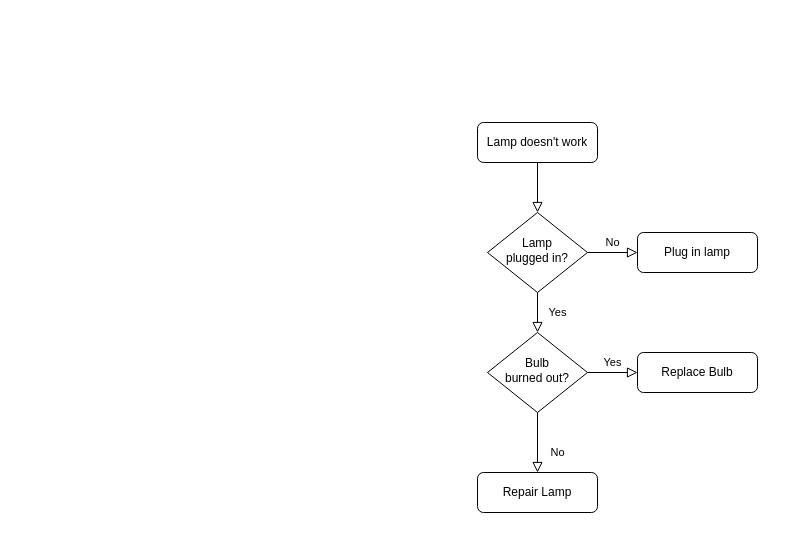
Earlier version of the draw.io diagram Ace decision.drawio (justinchwoo/blkjckbot). Source tidied: cells renumbered, new cells numbered last; positions are measured from the earlier drawing's top-left corner, leaving out a move shared by most shapes. Both pictures are drawn from the tidied source at 100%, with x=0, y=0 at pixel (477, 122).
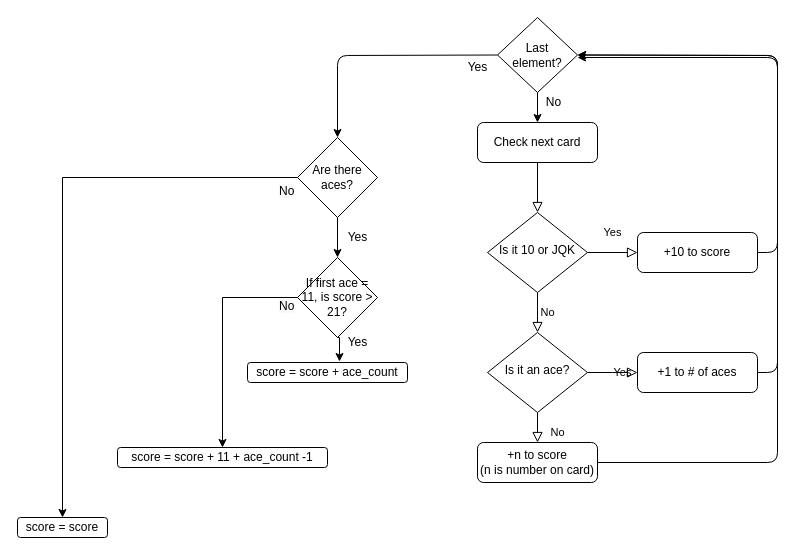
Above is the later version.

Change to the diagram source:
```diff
@@
-    <mxCell id="3" value="Lamp doesn't work" style="rounded=1;whiteSpace=wrap;html=1;fontSize=12;glass=0;strokeWidth=1;shadow=0;" parent="1" vertex="1">
+    <mxCell id="3" value="Check next card" style="rounded=1;whiteSpace=wrap;html=1;fontSize=12;glass=0;strokeWidth=1;shadow=0;" parent="1" vertex="1">
       <mxGeometry width="120" height="40" as="geometry" />
     </mxCell>
-    <mxCell id="4" value="Yes" style="rounded=0;html=1;jettySize=auto;fontSize=11;endArrow=block;endFill=0;endSize=8;strokeWidth=1;shadow=0;labelBackgroundColor=none;edgeStyle=orthogonalEdgeStyle;" parent="1" edge="1" source="6" target="10">
+    <mxCell id="4" value="Yes" style="rounded=0;html=1;jettySize=auto;fontSize=11;endArrow=block;endFill=0;endSize=8;strokeWidth=1;shadow=0;labelBackgroundColor=none;edgeStyle=orthogonalEdgeStyle;entryX=0;entryY=0.5;entryDx=0;entryDy=0;exitX=1;exitY=0.5;exitDx=0;exitDy=0;" parent="1" edge="1" source="6" target="7">
       <mxGeometry y="20" relative="1" as="geometry" />
     </mxCell>
-    <mxCell id="5" value="No" style="edgeStyle=orthogonalEdgeStyle;rounded=0;html=1;jettySize=auto;fontSize=11;endArrow=block;endFill=0;endSize=8;strokeWidth=1;shadow=0;labelBackgroundColor=none;" parent="1" edge="1" source="6" target="7">
+    <mxCell id="5" value="No" style="edgeStyle=orthogonalEdgeStyle;rounded=0;html=1;jettySize=auto;fontSize=11;endArrow=block;endFill=0;endSize=8;strokeWidth=1;shadow=0;labelBackgroundColor=none;exitX=0.5;exitY=1;exitDx=0;exitDy=0;entryX=0.5;entryY=0;entryDx=0;entryDy=0;" parent="1" edge="1" source="6" target="10">
       <mxGeometry y="10" relative="1" as="geometry" />
     </mxCell>
-    <mxCell id="6" value="Lamp&lt;br&gt;plugged in?" style="rhombus;whiteSpace=wrap;html=1;shadow=0;fontFamily=Helvetica;fontSize=12;align=center;strokeWidth=1;spacing=6;spacingTop=-4;" parent="1" vertex="1">
+    <mxCell id="6" value="Is it 10 or JQK" style="rhombus;whiteSpace=wrap;html=1;shadow=0;fontFamily=Helvetica;fontSize=12;align=center;strokeWidth=1;spacing=6;spacingTop=-4;" parent="1" vertex="1">
       <mxGeometry x="10" y="90" width="100" height="80" as="geometry" />
     </mxCell>
-    <mxCell id="7" value="Plug in lamp" style="rounded=1;whiteSpace=wrap;html=1;fontSize=12;glass=0;strokeWidth=1;shadow=0;" parent="1" vertex="1">
+    <mxCell id="7" value="+10 to score" style="rounded=1;whiteSpace=wrap;html=1;fontSize=12;glass=0;strokeWidth=1;shadow=0;" parent="1" vertex="1">
       <mxGeometry x="160" y="110" width="120" height="40" as="geometry" />
     </mxCell>
-    <mxCell id="8" value="No" style="rounded=0;html=1;jettySize=auto;fontSize=11;endArrow=block;endFill=0;endSize=8;strokeWidth=1;shadow=0;labelBackgroundColor=none;edgeStyle=orthogonalEdgeStyle;" parent="1" edge="1" source="10" target="11">
-      <mxGeometry x="0.33" y="20" relative="1" as="geometry" />
+    <mxCell id="8" value="No" style="rounded=0;html=1;jettySize=auto;fontSize=11;endArrow=block;endFill=0;endSize=8;strokeWidth=1;shadow=0;labelBackgroundColor=none;edgeStyle=orthogonalEdgeStyle;exitX=0.5;exitY=1;exitDx=0;exitDy=0;" parent="1" edge="1" source="10">
+      <mxGeometry x="0.33" y="20" relative="1" as="geometry">
+        <mxPoint x="60" y="320" as="targetPoint" />
+      </mxGeometry>
     </mxCell>
-    <mxCell id="9" value="Yes" style="edgeStyle=orthogonalEdgeStyle;rounded=0;html=1;jettySize=auto;fontSize=11;endArrow=block;endFill=0;endSize=8;strokeWidth=1;shadow=0;labelBackgroundColor=none;" parent="1" edge="1" source="10" target="12">
-      <mxGeometry y="10" relative="1" as="geometry" />
+    <mxCell id="9" value="Yes" style="edgeStyle=orthogonalEdgeStyle;rounded=0;html=1;jettySize=auto;fontSize=11;endArrow=block;endFill=0;endSize=8;strokeWidth=1;shadow=0;labelBackgroundColor=none;" parent="1" edge="1" source="10">
+      <mxGeometry y="10" relative="1" as="geometry">
+        <mxPoint x="160" y="250" as="targetPoint" />
+      </mxGeometry>
     </mxCell>
-    <mxCell id="10" value="Bulb&lt;br&gt;burned out?" style="rhombus;whiteSpace=wrap;html=1;shadow=0;fontFamily=Helvetica;fontSize=12;align=center;strokeWidth=1;spacing=6;spacingTop=-4;" parent="1" vertex="1">
+    <mxCell id="10" value="Is it an ace?" style="rhombus;whiteSpace=wrap;html=1;shadow=0;fontFamily=Helvetica;fontSize=12;align=center;strokeWidth=1;spacing=6;spacingTop=-4;" parent="1" vertex="1">
       <mxGeometry x="10" y="210" width="100" height="80" as="geometry" />
     </mxCell>
-    <mxCell id="11" value="Repair Lamp" style="rounded=1;whiteSpace=wrap;html=1;fontSize=12;glass=0;strokeWidth=1;shadow=0;" parent="1" vertex="1">
-      <mxGeometry y="350" width="120" height="40" as="geometry" />
-    </mxCell>
-    <mxCell id="12" value="Replace Bulb" style="rounded=1;whiteSpace=wrap;html=1;fontSize=12;glass=0;strokeWidth=1;shadow=0;" parent="1" vertex="1">
-      <mxGeometry x="160" y="230" width="120" height="40" as="geometry" />
-    </mxCell>
+    <mxCell id="13" value="+n to score &lt;br&gt;(n is number on card)" style="rounded=1;whiteSpace=wrap;html=1;fontSize=12;glass=0;strokeWidth=1;shadow=0;" parent="1" vertex="1">
+      <mxGeometry y="320" width="120" height="40" as="geometry" />
+    </mxCell>
+    <mxCell id="14" value="+1 to # of aces" style="rounded=1;whiteSpace=wrap;html=1;fontSize=12;glass=0;strokeWidth=1;shadow=0;" parent="1" vertex="1">
+      <mxGeometry x="160" y="230" width="120" height="40" as="geometry" />
+    </mxCell>
+    <mxCell id="15" value="Last &lt;br&gt;element?" style="rhombus;whiteSpace=wrap;html=1;" parent="1" vertex="1">
+      <mxGeometry x="20" y="-105" width="80" height="75" as="geometry" />
+    </mxCell>
+    <mxCell id="16" style="endArrow=classic;html=1;exitX=0.5;exitY=1;exitDx=0;exitDy=0;entryX=0.5;entryY=0;entryDx=0;entryDy=0;" parent="1" edge="1" source="15" target="3">
+      <mxGeometry relative="1" as="geometry" />
+    </mxCell>
+    <mxCell id="17" style="endArrow=classic;html=1;exitX=1;exitY=0.5;exitDx=0;exitDy=0;entryX=1;entryY=0.5;entryDx=0;entryDy=0;" parent="1" edge="1" source="14" target="15">
+      <mxGeometry relative="1" as="geometry">
+        <Array as="points">
+          <mxPoint x="300" y="250" />
+          <mxPoint x="300" y="-67" />
+        </Array>
+      </mxGeometry>
+    </mxCell>
+    <mxCell id="18" style="endArrow=classic;html=1;exitX=1;exitY=0.5;exitDx=0;exitDy=0;" parent="1" edge="1" source="7">
+      <mxGeometry relative="1" as="geometry">
+        <mxPoint x="100" y="-65" as="targetPoint" />
+        <Array as="points">
+          <mxPoint x="300" y="130" />
+          <mxPoint x="300" y="-65" />
+        </Array>
+      </mxGeometry>
+    </mxCell>
+    <mxCell id="19" style="endArrow=classic;html=1;entryX=1;entryY=0.5;entryDx=0;entryDy=0;exitX=1;exitY=0.5;exitDx=0;exitDy=0;" parent="1" edge="1" source="13" target="15">
+      <mxGeometry relative="1" as="geometry">
+        <Array as="points">
+          <mxPoint x="300" y="340" />
+          <mxPoint x="300" y="-67" />
+        </Array>
+      </mxGeometry>
+    </mxCell>
+    <mxCell id="20" value="No" style="text;html=1;align=center;verticalAlign=middle;" parent="1" vertex="1">
+      <mxGeometry x="61" y="-30" width="30" height="20" as="geometry" />
+    </mxCell>
+    <mxCell id="21" style="endArrow=classic;html=1;exitX=0;exitY=0.5;exitDx=0;exitDy=0;entryX=0.5;entryY=0;entryDx=0;entryDy=0;" parent="1" edge="1" source="15" target="23">
+      <mxGeometry relative="1" as="geometry">
+        <Array as="points">
+          <mxPoint x="-140" y="-67" />
+        </Array>
+      </mxGeometry>
+    </mxCell>
+    <mxCell id="22" style="edgeStyle=orthogonalEdgeStyle;rounded=0;jettySize=auto;html=1;exitX=0;exitY=0.5;exitDx=0;exitDy=0;" parent="1" edge="1" source="23" target="30">
+      <mxGeometry relative="1" as="geometry" />
+    </mxCell>
+    <mxCell id="23" value="Are there aces?" style="rhombus;whiteSpace=wrap;html=1;" parent="1" vertex="1">
+      <mxGeometry x="-180" y="15" width="80" height="80" as="geometry" />
+    </mxCell>
+    <mxCell id="24" style="edgeStyle=orthogonalEdgeStyle;rounded=0;jettySize=auto;html=1;exitX=0;exitY=0.5;exitDx=0;exitDy=0;entryX=0.5;entryY=0;entryDx=0;entryDy=0;" parent="1" edge="1" source="26" target="29">
+      <mxGeometry relative="1" as="geometry" />
+    </mxCell>
+    <mxCell id="25" style="edgeStyle=orthogonalEdgeStyle;rounded=0;jettySize=auto;html=1;exitX=0.5;exitY=1;exitDx=0;exitDy=0;" parent="1" edge="1" source="26">
+      <mxGeometry relative="1" as="geometry">
+        <mxPoint x="-138" y="239" as="targetPoint" />
+      </mxGeometry>
+    </mxCell>
+    <mxCell id="26" value="If first ace = 11, is score &amp;gt; 21?" style="rhombus;whiteSpace=wrap;html=1;" parent="1" vertex="1">
+      <mxGeometry x="-180" y="135" width="80" height="80" as="geometry" />
+    </mxCell>
+    <mxCell id="27" style="endArrow=classic;html=1;exitX=0.5;exitY=1;exitDx=0;exitDy=0;" parent="1" edge="1" source="23" target="26">
+      <mxGeometry relative="1" as="geometry" />
+    </mxCell>
+    <mxCell id="28" value="score = score + ace_count" style="rounded=1;whiteSpace=wrap;html=1;" parent="1" vertex="1">
+      <mxGeometry x="-230" y="240" width="160" height="20" as="geometry" />
+    </mxCell>
+    <mxCell id="29" value="score = score + 11 + ace_count -1" style="rounded=1;whiteSpace=wrap;html=1;" parent="1" vertex="1">
+      <mxGeometry x="-360" y="325" width="210" height="20" as="geometry" />
+    </mxCell>
+    <mxCell id="30" value="score = score" style="rounded=1;whiteSpace=wrap;html=1;" parent="1" vertex="1">
+      <mxGeometry x="-460" y="395" width="90" height="20" as="geometry" />
+    </mxCell>
+    <mxCell id="31" value="Yes" style="text;html=1;align=center;verticalAlign=middle;" parent="1" vertex="1">
+      <mxGeometry x="-140" y="105" width="40" height="20" as="geometry" />
+    </mxCell>
+    <mxCell id="32" value="Yes" style="text;html=1;align=center;verticalAlign=middle;" parent="1" vertex="1">
+      <mxGeometry x="-140" y="210" width="40" height="20" as="geometry" />
+    </mxCell>
+    <mxCell id="33" value="&lt;span style=&quot;color: rgb(0 , 0 , 0) ; font-family: &amp;#34;helvetica&amp;#34; ; font-size: 12px ; font-style: normal ; font-weight: 400 ; letter-spacing: normal ; text-align: center ; text-indent: 0px ; text-transform: none ; word-spacing: 0px ; background-color: rgb(248 , 249 , 250) ; display: inline ; float: none&quot;&gt;No&lt;/span&gt;" style="text;whiteSpace=wrap;html=1;" parent="1" vertex="1">
+      <mxGeometry x="-200" y="170" width="50" height="30" as="geometry" />
+    </mxCell>
+    <mxCell id="34" value="&lt;span style=&quot;color: rgb(0 , 0 , 0) ; font-family: &amp;#34;helvetica&amp;#34; ; font-size: 12px ; font-style: normal ; font-weight: 400 ; letter-spacing: normal ; text-align: center ; text-indent: 0px ; text-transform: none ; word-spacing: 0px ; background-color: rgb(248 , 249 , 250) ; display: inline ; float: none&quot;&gt;No&lt;/span&gt;" style="text;whiteSpace=wrap;html=1;" parent="1" vertex="1">
+      <mxGeometry x="-200" y="55" width="50" height="30" as="geometry" />
+    </mxCell>
+    <mxCell id="35" value="Yes" style="text;html=1;align=center;verticalAlign=middle;" parent="1" vertex="1">
+      <mxGeometry x="-20" y="-65" width="40" height="20" as="geometry" />
+    </mxCell>
```
